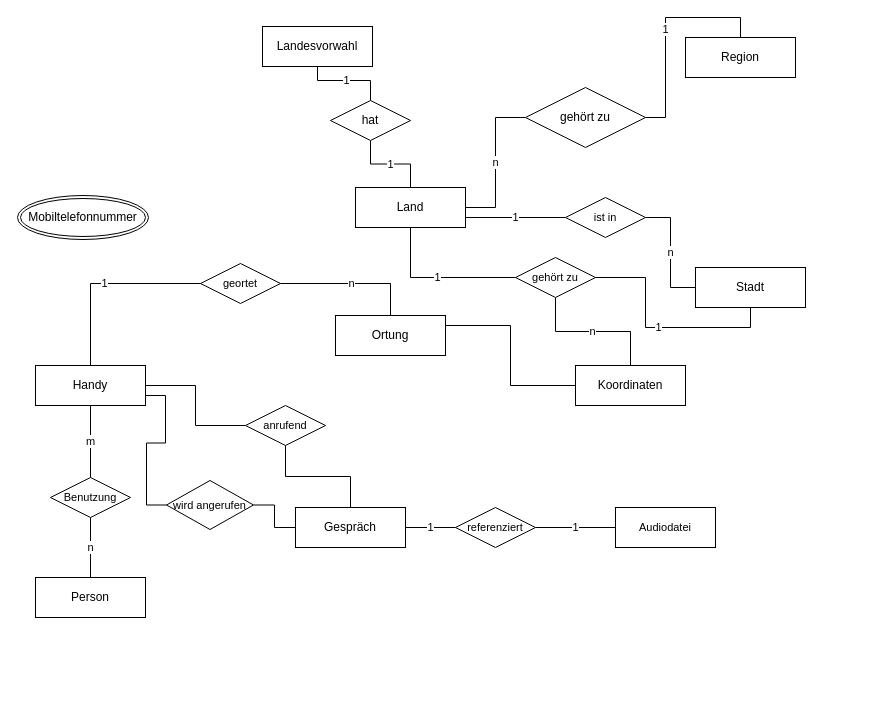
Before: Geheimdienst_ER-Modell.drawio in clemens29/Datenbanksysteme-I, a draw.io diagram. Source tidied: cells renumbered, new cells numbered last; positions are measured from the earlier drawing's top-left corner, leaving out a move shared by most shapes. Both pictures are drawn from the tidied source at 100%, with x=0, y=0 at pixel (17, 26).
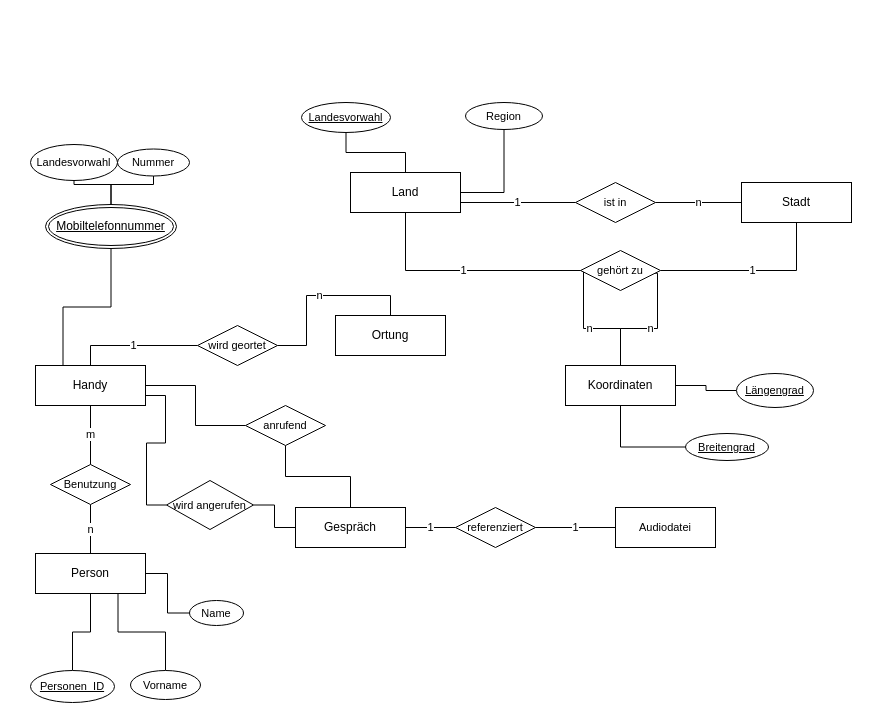
The same page after the edit.

Unchanged cells that the change refers to:
```xml
<mxCell id="2" value="Handy" style="whiteSpace=wrap;html=1;align=center;" parent="1" vertex="1">
  <mxGeometry x="18" y="339" width="110" height="40" as="geometry" />
</mxCell>
<mxCell id="8" value="Ortung" style="whiteSpace=wrap;html=1;align=center;" parent="1" vertex="1">
  <mxGeometry x="318" y="289" width="110" height="40" as="geometry" />
</mxCell>
```

What changed in the source:
```diff
@@
-    <mxCell id="3" value="1" style="edgeStyle=orthogonalEdgeStyle;rounded=0;jettySize=auto;html=1;entryX=0.5;entryY=1;entryDx=0;entryDy=0;endArrow=none;endFill=0;" parent="1" edge="1" source="4" target="19">
-      <mxGeometry relative="1" as="geometry" />
-    </mxCell>
+    <mxCell id="42" style="edgeStyle=orthogonalEdgeStyle;shape=connector;rounded=0;jettySize=auto;html=1;entryX=0.5;entryY=1;entryDx=0;entryDy=0;labelBackgroundColor=default;strokeColor=default;fontFamily=Helvetica;fontSize=11;fontColor=default;endArrow=none;endFill=0;" parent="1" edge="1" source="4" target="6">
+      <mxGeometry relative="1" as="geometry" />
+    </mxCell>
     <mxCell id="4" value="Land" style="whiteSpace=wrap;html=1;align=center;" parent="1" vertex="1">
-      <mxGeometry x="338" y="161" width="110" height="40" as="geometry" />
+      <mxGeometry x="333" y="146" width="110" height="40" as="geometry" />
     </mxCell>
-    <mxCell id="5" value="Landesvorwahl" style="whiteSpace=wrap;html=1;align=center;" parent="1" vertex="1">
-      <mxGeometry x="245" width="110" height="40" as="geometry" />
-    </mxCell>
-    <mxCell id="6" value="Region" style="whiteSpace=wrap;html=1;align=center;" parent="1" vertex="1">
-      <mxGeometry x="668" y="11" width="110" height="40" as="geometry" />
-    </mxCell>
     <mxCell id="7" value="Person" style="whiteSpace=wrap;html=1;align=center;" parent="1" vertex="1">
-      <mxGeometry x="18" y="551" width="110" height="40" as="geometry" />
+      <mxGeometry x="18" y="527" width="110" height="40" as="geometry" />
     </mxCell>
@@
-    <mxCell id="9" style="edgeStyle=orthogonalEdgeStyle;shape=connector;rounded=0;jettySize=auto;html=1;entryX=1;entryY=0.25;entryDx=0;entryDy=0;labelBackgroundColor=default;strokeColor=default;fontFamily=Helvetica;fontSize=11;fontColor=default;endArrow=none;endFill=0;" parent="1" edge="1" source="11" target="8">
-      <mxGeometry relative="1" as="geometry" />
-    </mxCell>
-    <mxCell id="10" value="n" style="edgeStyle=orthogonalEdgeStyle;shape=connector;rounded=0;jettySize=auto;html=1;labelBackgroundColor=default;strokeColor=default;fontFamily=Helvetica;fontSize=11;fontColor=default;endArrow=none;endFill=0;" parent="1" edge="1" source="11" target="30">
-      <mxGeometry relative="1" as="geometry" />
+    <mxCell id="10" value="n" style="edgeStyle=orthogonalEdgeStyle;shape=connector;rounded=0;jettySize=auto;html=1;labelBackgroundColor=default;strokeColor=default;fontFamily=Helvetica;fontSize=11;fontColor=default;endArrow=none;endFill=0;entryX=0;entryY=0.5;entryDx=0;entryDy=0;" parent="1" edge="1" source="11" target="30">
+      <mxGeometry relative="1" as="geometry">
+        <Array as="points">
+          <mxPoint x="603" y="302" />
+          <mxPoint x="566" y="302" />
+          <mxPoint x="566" y="244" />
+        </Array>
+      </mxGeometry>
     </mxCell>
+    <mxCell id="15" value="n" style="edgeStyle=orthogonalEdgeStyle;shape=connector;rounded=0;jettySize=auto;html=1;entryX=0.899;entryY=0.567;entryDx=0;entryDy=0;entryPerimeter=0;labelBackgroundColor=default;strokeColor=default;fontFamily=Helvetica;fontSize=11;fontColor=default;endArrow=none;endFill=0;" parent="1" edge="1" source="11" target="30">
+      <mxGeometry relative="1" as="geometry">
+        <Array as="points">
+          <mxPoint x="603" y="302" />
+          <mxPoint x="640" y="302" />
+          <mxPoint x="640" y="247" />
+        </Array>
+      </mxGeometry>
+    </mxCell>
     <mxCell id="11" value="Koordinaten" style="whiteSpace=wrap;html=1;align=center;" parent="1" vertex="1">
-      <mxGeometry x="558" y="339" width="110" height="40" as="geometry" />
+      <mxGeometry x="548" y="339" width="110" height="40" as="geometry" />
     </mxCell>
@@
     <mxCell id="13" value="Stadt" style="whiteSpace=wrap;html=1;align=center;" parent="1" vertex="1">
-      <mxGeometry x="678" y="241" width="110" height="40" as="geometry" />
+      <mxGeometry x="724" y="156" width="110" height="40" as="geometry" />
     </mxCell>
@@
-    <mxCell id="15" value="n" style="edgeStyle=orthogonalEdgeStyle;rounded=0;jettySize=auto;html=1;entryX=1;entryY=0.5;entryDx=0;entryDy=0;endArrow=none;endFill=0;" parent="1" edge="1" source="17" target="4">
-      <mxGeometry relative="1" as="geometry" />
-    </mxCell>
-    <mxCell id="16" value="1" style="edgeStyle=orthogonalEdgeStyle;rounded=0;jettySize=auto;html=1;entryX=0.5;entryY=0;entryDx=0;entryDy=0;endArrow=none;endFill=0;" parent="1" edge="1" source="17" target="6">
-      <mxGeometry relative="1" as="geometry" />
-    </mxCell>
-    <mxCell id="17" value="gehört zu" style="shape=rhombus;perimeter=rhombusPerimeter;whiteSpace=wrap;html=1;align=center;" parent="1" vertex="1">
-      <mxGeometry x="508" y="61" width="120" height="60" as="geometry" />
-    </mxCell>
-    <mxCell id="18" value="1" style="edgeStyle=orthogonalEdgeStyle;rounded=0;jettySize=auto;html=1;entryX=0.5;entryY=1;entryDx=0;entryDy=0;endArrow=none;endFill=0;" parent="1" edge="1" source="19" target="5">
-      <mxGeometry relative="1" as="geometry" />
-    </mxCell>
-    <mxCell id="19" value="hat" style="shape=rhombus;perimeter=rhombusPerimeter;whiteSpace=wrap;html=1;align=center;" parent="1" vertex="1">
-      <mxGeometry x="313" y="74" width="80" height="40" as="geometry" />
-    </mxCell>
@@
     <mxCell id="21" value="ist in" style="shape=rhombus;perimeter=rhombusPerimeter;whiteSpace=wrap;html=1;align=center;fontFamily=Helvetica;fontSize=11;fontColor=default;" parent="1" vertex="1">
-      <mxGeometry x="548" y="171" width="80" height="40" as="geometry" />
+      <mxGeometry x="558" y="156" width="80" height="40" as="geometry" />
     </mxCell>
@@
     <mxCell id="24" value="Benutzung" style="shape=rhombus;perimeter=rhombusPerimeter;whiteSpace=wrap;html=1;align=center;fontFamily=Helvetica;fontSize=11;fontColor=default;" parent="1" vertex="1">
-      <mxGeometry x="33" y="451" width="80" height="40" as="geometry" />
+      <mxGeometry x="33" y="438" width="80" height="40" as="geometry" />
     </mxCell>
@@
-    <mxCell id="27" value="geortet" style="shape=rhombus;perimeter=rhombusPerimeter;whiteSpace=wrap;html=1;align=center;fontFamily=Helvetica;fontSize=11;fontColor=default;" parent="1" vertex="1">
-      <mxGeometry x="183" y="237" width="80" height="40" as="geometry" />
+    <mxCell id="27" value="wird geortet" style="shape=rhombus;perimeter=rhombusPerimeter;whiteSpace=wrap;html=1;align=center;fontFamily=Helvetica;fontSize=11;fontColor=default;" parent="1" vertex="1">
+      <mxGeometry x="180" y="299" width="80" height="40" as="geometry" />
     </mxCell>
@@
     <mxCell id="30" value="gehört zu" style="shape=rhombus;perimeter=rhombusPerimeter;whiteSpace=wrap;html=1;align=center;fontFamily=Helvetica;fontSize=11;fontColor=default;" parent="1" vertex="1">
-      <mxGeometry x="498" y="231" width="80" height="40" as="geometry" />
+      <mxGeometry x="563" y="224" width="80" height="40" as="geometry" />
     </mxCell>
@@
+    <mxCell id="43" style="edgeStyle=orthogonalEdgeStyle;shape=connector;rounded=0;jettySize=auto;html=1;exitX=0.5;exitY=0;exitDx=0;exitDy=0;entryX=0.5;entryY=1;entryDx=0;entryDy=0;labelBackgroundColor=default;strokeColor=default;fontFamily=Helvetica;fontSize=11;fontColor=default;endArrow=none;endFill=0;" parent="1" edge="1" source="41" target="47">
+      <mxGeometry relative="1" as="geometry" />
+    </mxCell>
+    <mxCell id="44" style="edgeStyle=orthogonalEdgeStyle;shape=connector;rounded=0;jettySize=auto;html=1;labelBackgroundColor=default;strokeColor=default;fontFamily=Helvetica;fontSize=11;fontColor=default;endArrow=none;endFill=0;" parent="1" edge="1" source="41" target="46">
+      <mxGeometry relative="1" as="geometry" />
+    </mxCell>
+    <mxCell id="45" style="edgeStyle=orthogonalEdgeStyle;shape=connector;rounded=0;jettySize=auto;html=1;entryX=0.25;entryY=0;entryDx=0;entryDy=0;labelBackgroundColor=default;strokeColor=default;fontFamily=Helvetica;fontSize=11;fontColor=default;endArrow=none;endFill=0;" parent="1" edge="1" source="41" target="2">
+      <mxGeometry relative="1" as="geometry" />
+    </mxCell>
-    <mxCell id="41" value="Mobiltelefonnummer" style="ellipse;shape=doubleEllipse;margin=3;whiteSpace=wrap;html=1;align=center;" parent="1" vertex="1">
-      <mxGeometry y="169" width="131" height="44" as="geometry" />
+    <mxCell id="41" value="&lt;u&gt;Mobiltelefonnummer&lt;/u&gt;" style="ellipse;shape=doubleEllipse;margin=3;whiteSpace=wrap;html=1;align=center;" parent="1" vertex="1">
+      <mxGeometry x="28" y="178" width="131" height="44" as="geometry" />
     </mxCell>
+    <mxCell id="46" value="Landesvorwahl" style="ellipse;whiteSpace=wrap;html=1;align=center;fontFamily=Helvetica;fontSize=11;fontColor=default;" parent="1" vertex="1">
+      <mxGeometry x="13" y="118" width="87" height="36" as="geometry" />
+    </mxCell>
+    <mxCell id="47" value="Nummer" style="ellipse;whiteSpace=wrap;html=1;align=center;fontFamily=Helvetica;fontSize=11;fontColor=default;" parent="1" vertex="1">
+      <mxGeometry x="100" y="122.5" width="72" height="27" as="geometry" />
+    </mxCell>
+    <mxCell id="48" style="edgeStyle=orthogonalEdgeStyle;shape=connector;rounded=0;jettySize=auto;html=1;entryX=0.5;entryY=1;entryDx=0;entryDy=0;labelBackgroundColor=default;strokeColor=default;fontFamily=Helvetica;fontSize=11;fontColor=default;endArrow=none;endFill=0;" parent="1" edge="1" source="49" target="7">
+      <mxGeometry relative="1" as="geometry" />
+    </mxCell>
+    <mxCell id="49" value="Personen_ID" style="ellipse;whiteSpace=wrap;html=1;align=center;fontStyle=4;fontFamily=Helvetica;fontSize=11;fontColor=default;" parent="1" vertex="1">
+      <mxGeometry x="13" y="644" width="84" height="32" as="geometry" />
+    </mxCell>
+    <mxCell id="50" style="edgeStyle=orthogonalEdgeStyle;shape=connector;rounded=0;jettySize=auto;html=1;entryX=0.75;entryY=1;entryDx=0;entryDy=0;labelBackgroundColor=default;strokeColor=default;fontFamily=Helvetica;fontSize=11;fontColor=default;endArrow=none;endFill=0;" parent="1" edge="1" source="51" target="7">
+      <mxGeometry relative="1" as="geometry" />
+    </mxCell>
+    <mxCell id="51" value="Vorname" style="ellipse;whiteSpace=wrap;html=1;align=center;fontFamily=Helvetica;fontSize=11;fontColor=default;" parent="1" vertex="1">
+      <mxGeometry x="113" y="644" width="70" height="29" as="geometry" />
+    </mxCell>
+    <mxCell id="52" style="edgeStyle=orthogonalEdgeStyle;shape=connector;rounded=0;jettySize=auto;html=1;entryX=1;entryY=0.5;entryDx=0;entryDy=0;labelBackgroundColor=default;strokeColor=default;fontFamily=Helvetica;fontSize=11;fontColor=default;endArrow=none;endFill=0;" parent="1" edge="1" source="53" target="7">
+      <mxGeometry relative="1" as="geometry" />
+    </mxCell>
+    <mxCell id="53" value="Name" style="ellipse;whiteSpace=wrap;html=1;align=center;fontFamily=Helvetica;fontSize=11;fontColor=default;" parent="1" vertex="1">
+      <mxGeometry x="172" y="574" width="54" height="25" as="geometry" />
+    </mxCell>
+    <mxCell id="54" style="edgeStyle=orthogonalEdgeStyle;shape=connector;rounded=0;jettySize=auto;html=1;entryX=1;entryY=0.5;entryDx=0;entryDy=0;labelBackgroundColor=default;strokeColor=default;fontFamily=Helvetica;fontSize=11;fontColor=default;endArrow=none;endFill=0;" parent="1" edge="1" source="55" target="11">
+      <mxGeometry relative="1" as="geometry" />
+    </mxCell>
+    <mxCell id="55" value="Längengrad" style="ellipse;whiteSpace=wrap;html=1;align=center;fontStyle=4;fontFamily=Helvetica;fontSize=11;fontColor=default;" parent="1" vertex="1">
+      <mxGeometry x="719" y="347" width="77" height="34" as="geometry" />
+    </mxCell>
+    <mxCell id="56" style="edgeStyle=orthogonalEdgeStyle;shape=connector;rounded=0;jettySize=auto;html=1;entryX=0.5;entryY=1;entryDx=0;entryDy=0;labelBackgroundColor=default;strokeColor=default;fontFamily=Helvetica;fontSize=11;fontColor=default;endArrow=none;endFill=0;" parent="1" edge="1" source="57" target="11">
+      <mxGeometry relative="1" as="geometry" />
+    </mxCell>
+    <mxCell id="57" value="Breitengrad" style="ellipse;whiteSpace=wrap;html=1;align=center;fontStyle=4;fontFamily=Helvetica;fontSize=11;fontColor=default;" parent="1" vertex="1">
+      <mxGeometry x="668" y="407" width="83" height="27" as="geometry" />
+    </mxCell>
+    <mxCell id="58" style="edgeStyle=orthogonalEdgeStyle;shape=connector;rounded=0;jettySize=auto;html=1;entryX=0.5;entryY=0;entryDx=0;entryDy=0;labelBackgroundColor=default;strokeColor=default;fontFamily=Helvetica;fontSize=11;fontColor=default;endArrow=none;endFill=0;" parent="1" edge="1" source="59" target="4">
+      <mxGeometry relative="1" as="geometry" />
+    </mxCell>
+    <mxCell id="59" value="Landesvorwahl" style="ellipse;whiteSpace=wrap;html=1;align=center;fontStyle=4;fontFamily=Helvetica;fontSize=11;fontColor=default;" parent="1" vertex="1">
+      <mxGeometry x="284" y="76" width="89" height="30" as="geometry" />
+    </mxCell>
+    <mxCell id="6" value="Region" style="ellipse;whiteSpace=wrap;html=1;align=center;fontFamily=Helvetica;fontSize=11;fontColor=default;" parent="1" vertex="1">
+      <mxGeometry x="448" y="76" width="77" height="27" as="geometry" />
+    </mxCell>
```
